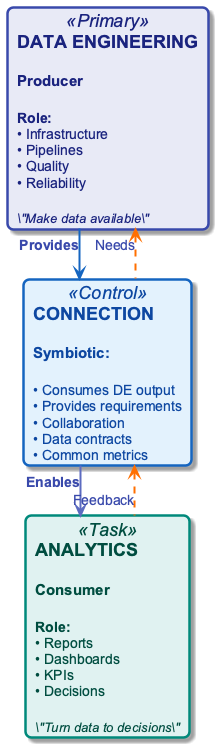
OrPerets/data-engineering-course keeps this PlantUML diagram as diagrams/week01/week1_de_vs_analytics.png. Above is the earlier version.
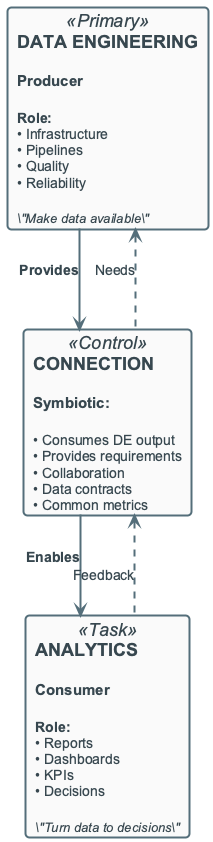
After the commit.

The edit, as a diff of the source:
```diff
@@ -8,9 +8,9 @@
 
 card "**ANALYTICS**\n\n<size:15><b>Consumer</b></size>\n\n<size:14><b>Role:</b></size>\n<size:14>• Reports</size>\n<size:14>• Dashboards</size>\n<size:14>• KPIs</size>\n<size:14>• Decisions</size>\n\n<size:13><i>\"Turn data to decisions\"</i></size>" as A <<Task>>
 
-DE -down[#1565C0,thickness=2]-> R : <color:#3949AB>**Provides**</color>
-R -right[#5C6BC0,thickness=2]-> A : <color:#3949AB>**Enables**</color>
-A -up[#FF6F00,thickness=2,dashed]-> R : <color:#3949AB>Feedback</color>
-R -up[#FF6F00,thickness=2,dashed]-> DE : <color:#3949AB>Needs</color>
+DE -down-> R : **Provides**
+R -right-> A : **Enables**
+A -up[dashed]-> R : Feedback
+R -up[dashed]-> DE : Needs
 
 @enduml
```
